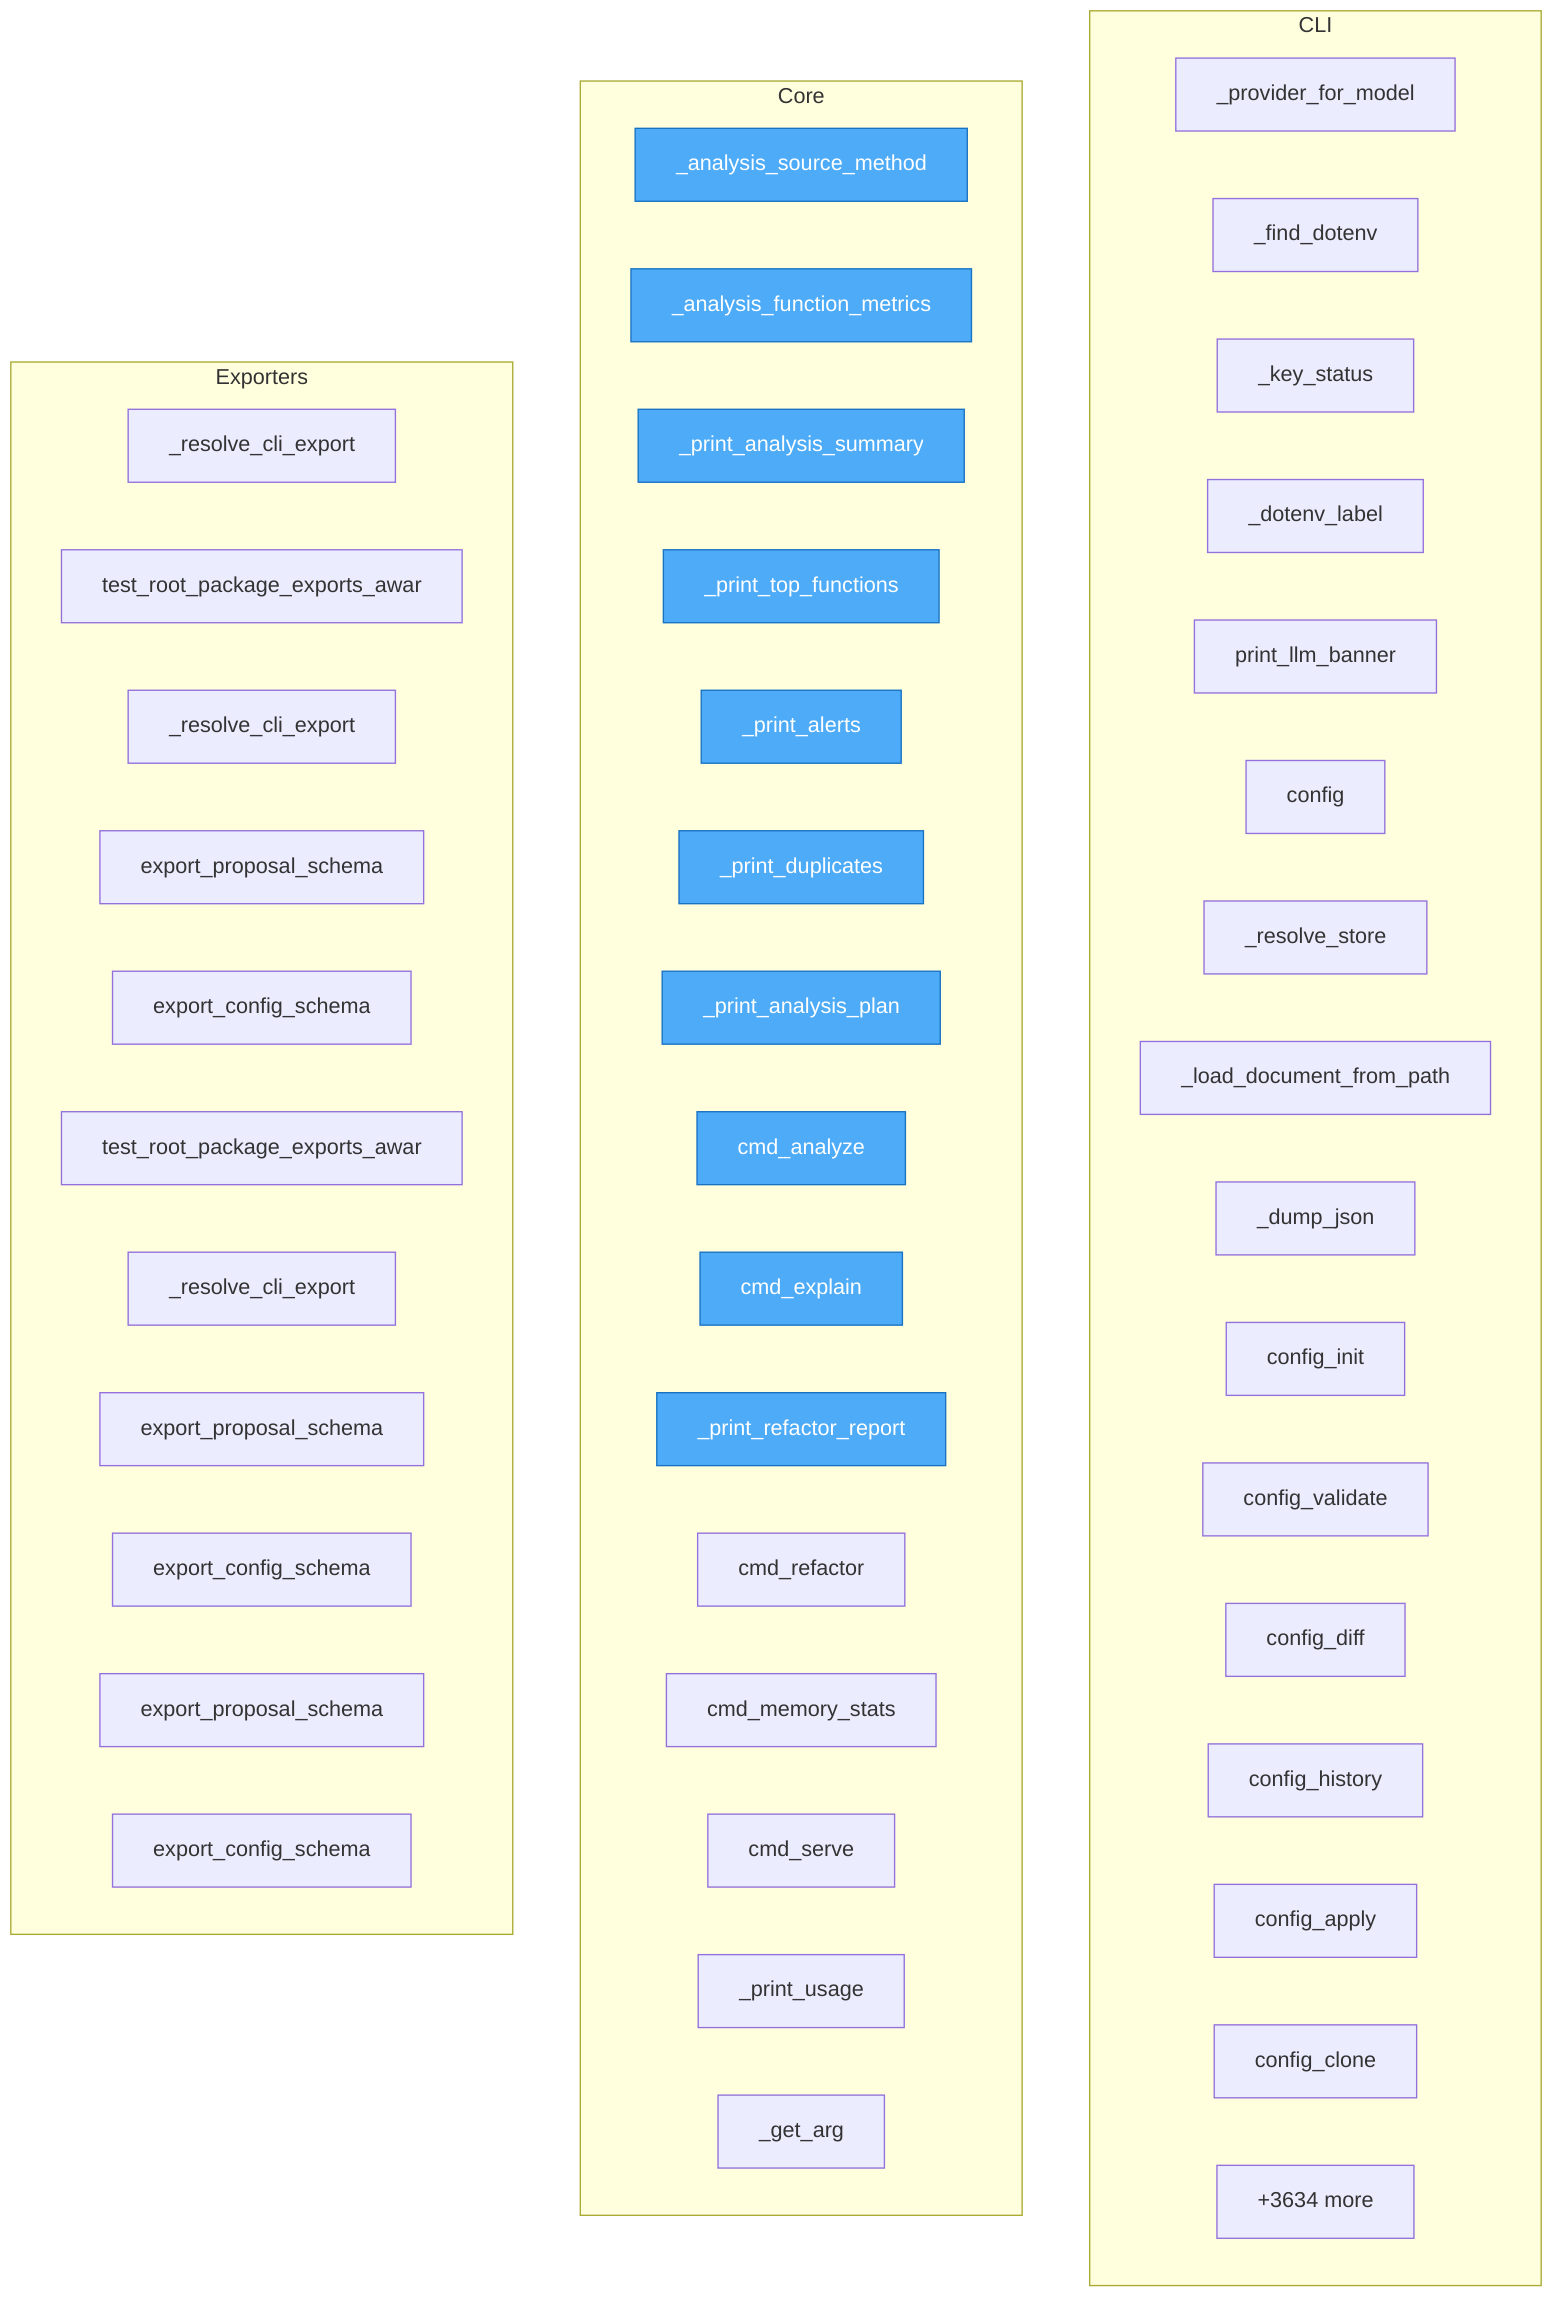
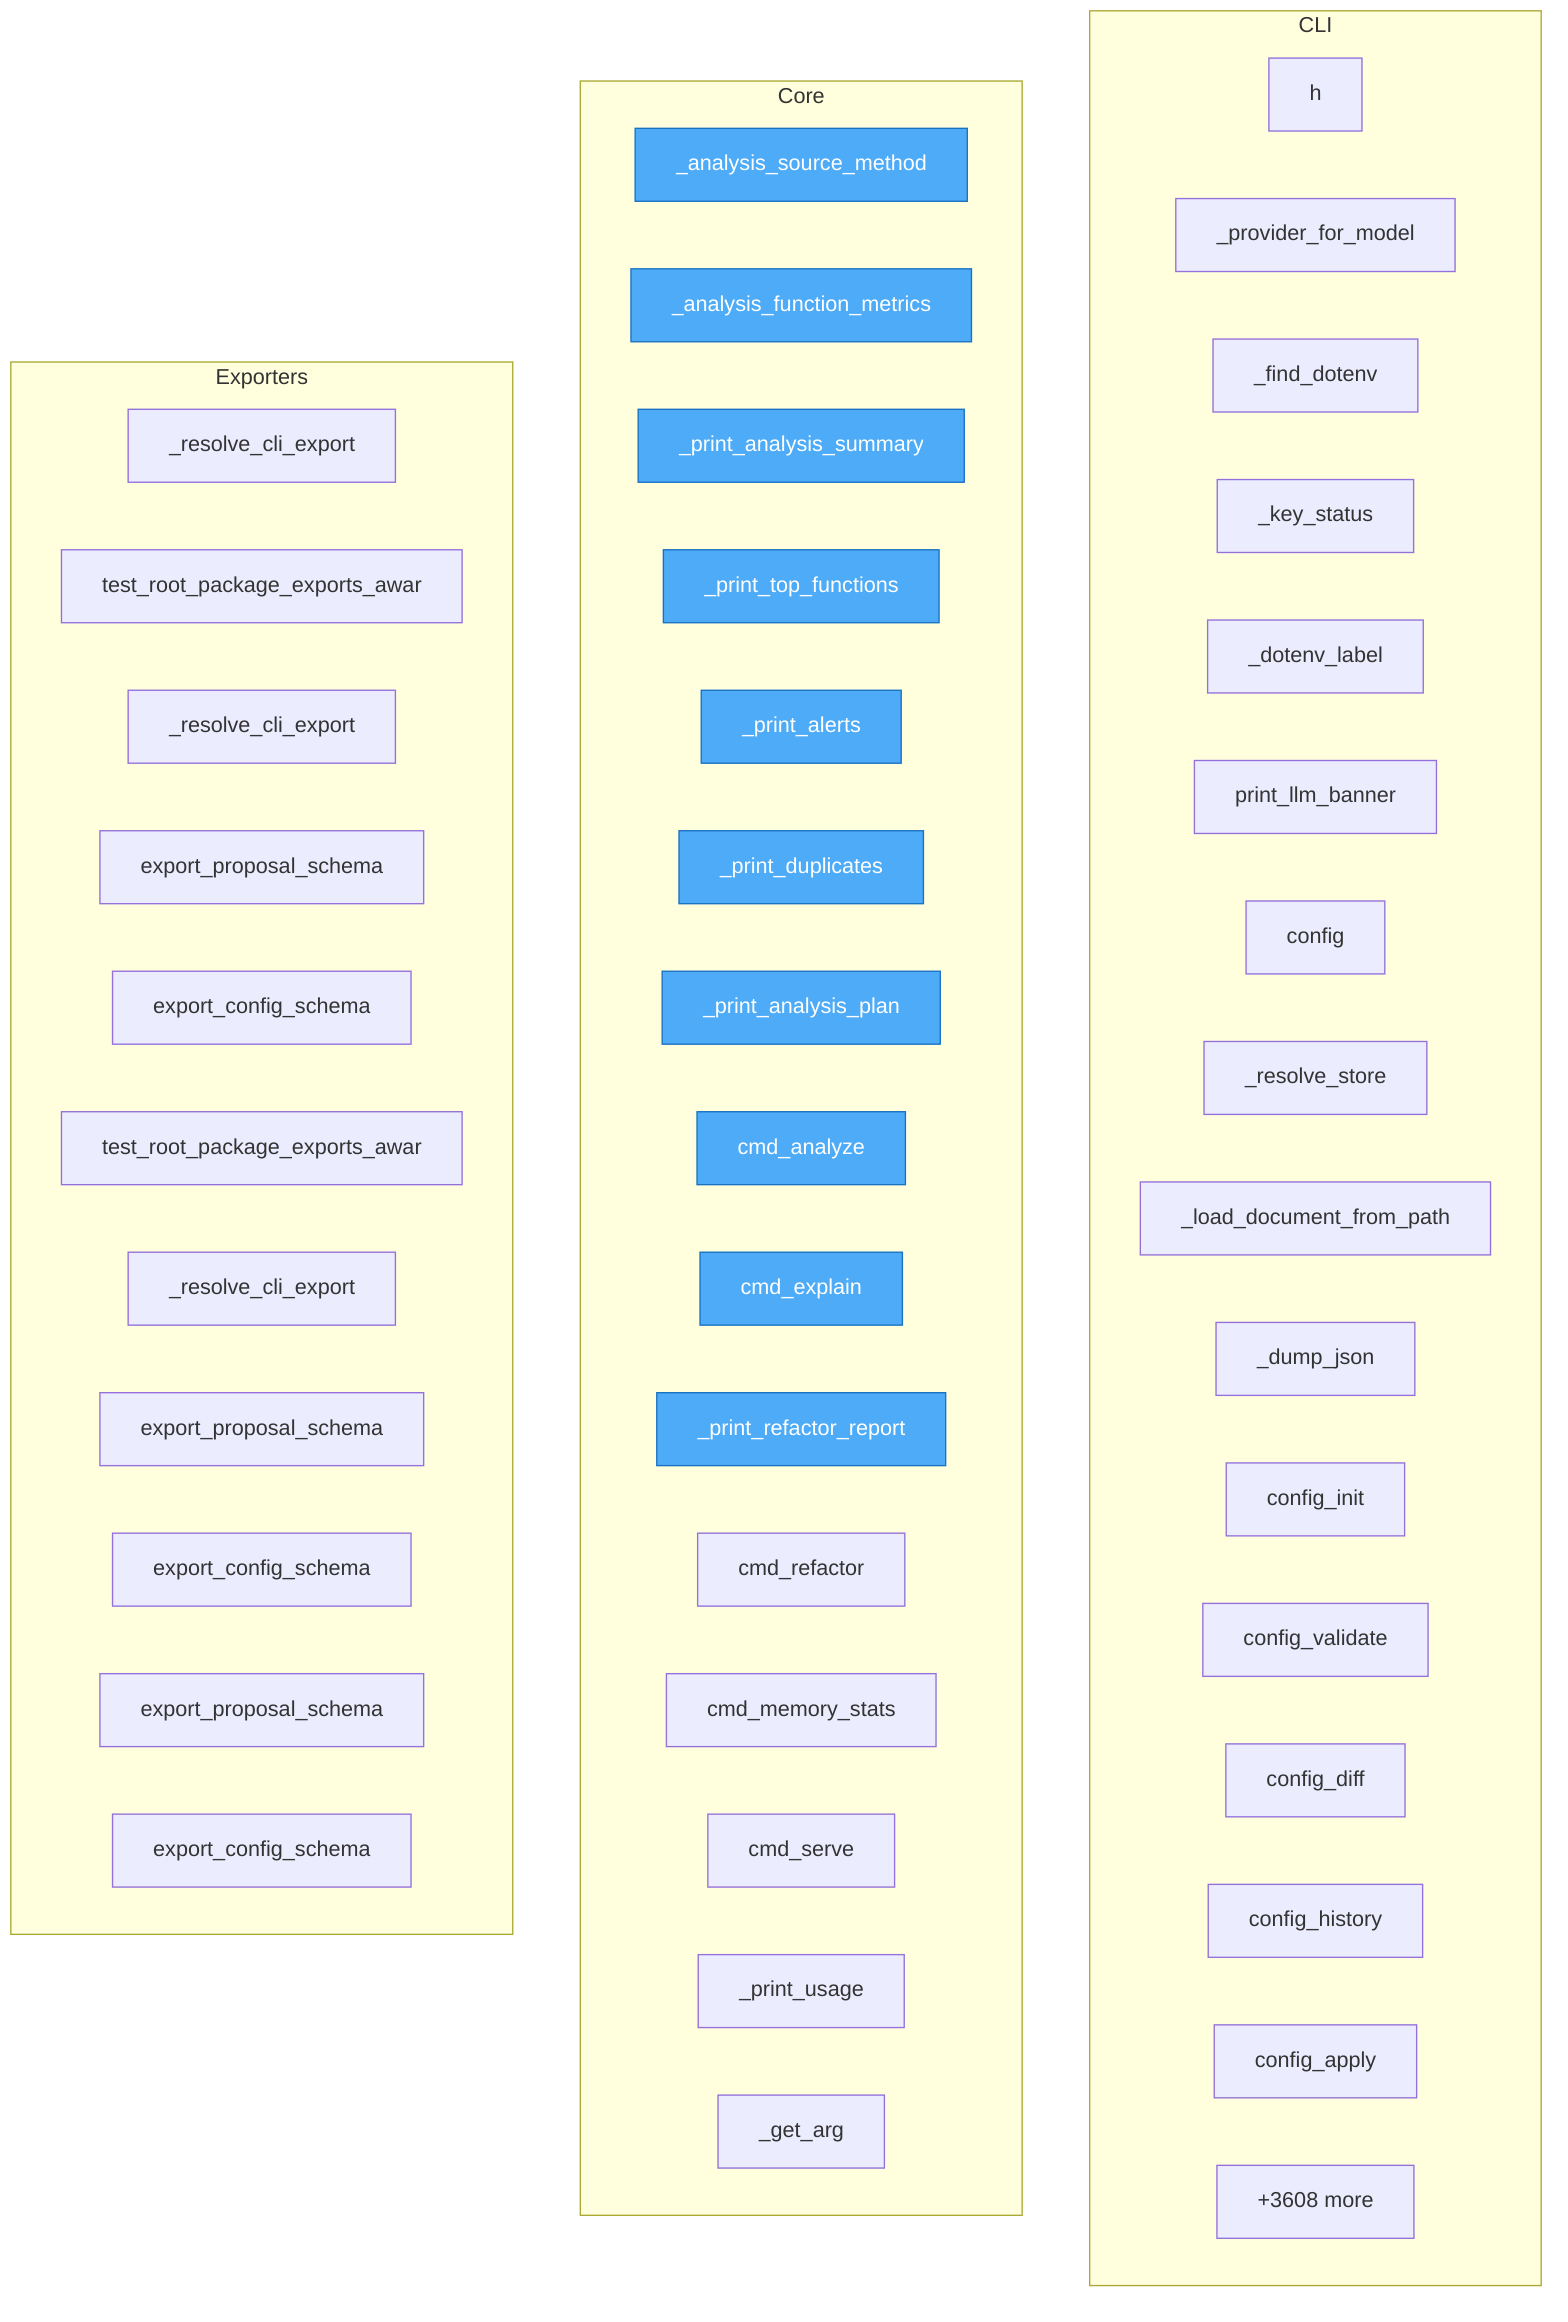
flowchart TD

    %% Entry points (blue)
    classDef entry fill:#4dabf7,stroke:#1971c2,color:#fff

    subgraph CLI
+         www__client__index__h["h"]
        redsl__cli__llm_banner___provider_for_model["_provider_for_model"]
        redsl__cli__llm_banner___find_dotenv["_find_dotenv"]
        redsl__cli__llm_banner___key_status["_key_status"]
        redsl__cli__llm_banner___dotenv_label["_dotenv_label"]
        redsl__cli__llm_banner__print_llm_banner["print_llm_banner"]
        redsl__cli__config__config["config"]
        redsl__cli__config___resolve_store["_resolve_store"]
        redsl__cli__config___load_document_from_path["_load_document_from_path"]
        redsl__cli__config___dump_json["_dump_json"]
        redsl__cli__config__config_init["config_init"]
        redsl__cli__config__config_validate["config_validate"]
        redsl__cli__config__config_diff["config_diff"]
        redsl__cli__config__config_history["config_history"]
        redsl__cli__config__config_apply["config_apply"]
-         redsl__cli__config__config_clone["config_clone"]
        ...["+124 more"]
    end

    subgraph Core
        SUMR___analysis_source_method["_analysis_source_method"]
        SUMR___analysis_function_metrics["_analysis_function_metrics"]
        SUMR___print_analysis_summary["_print_analysis_summary"]
        SUMR___print_top_functions["_print_top_functions"]
        SUMR___print_alerts["_print_alerts"]
        SUMR___print_duplicates["_print_duplicates"]
        SUMR___print_analysis_plan["_print_analysis_plan"]
        SUMR__cmd_analyze["cmd_analyze"]
        SUMR__cmd_explain["cmd_explain"]
        SUMR___print_refactor_report["_print_refactor_report"]
        SUMR__cmd_refactor["cmd_refactor"]
        SUMR__cmd_memory_stats["cmd_memory_stats"]
        SUMR__cmd_serve["cmd_serve"]
        SUMR___print_usage["_print_usage"]
        SUMR___get_arg["_get_arg"]
-         ...["+3634 more"]
+         ...["+3608 more"]
    end

    subgraph Exporters
        SUMD___resolve_cli_export["_resolve_cli_export"]
        SUMD__test_root_package_exports_awareness_facade["test_root_package_exports_awar"]
        project__map__toon___resolve_cli_export["_resolve_cli_export"]
        project__map__toon__export_proposal_schema["export_proposal_schema"]
        project__map__toon__export_config_schema["export_config_schema"]
        project__map__toon__test_root_package_exports_awareness_facade["test_root_package_exports_awar"]
        project_test__map__toon___resolve_cli_export["_resolve_cli_export"]
        project_test__map__toon__export_proposal_schema["export_proposal_schema"]
        project_test__map__toon__export_config_schema["export_config_schema"]
        redsl__config_standard__proposals__export_proposal_schema["export_proposal_schema"]
        redsl__config_standard__profiles__export_config_schema["export_config_schema"]
    end

    class SUMR___analysis_source_method,SUMR___analysis_function_metrics,SUMR___print_analysis_summary,SUMR___print_top_functions,SUMR___print_alerts,SUMR___print_duplicates,SUMR___print_analysis_plan,SUMR__cmd_analyze,SUMR__cmd_explain,SUMR___print_refactor_report entry
